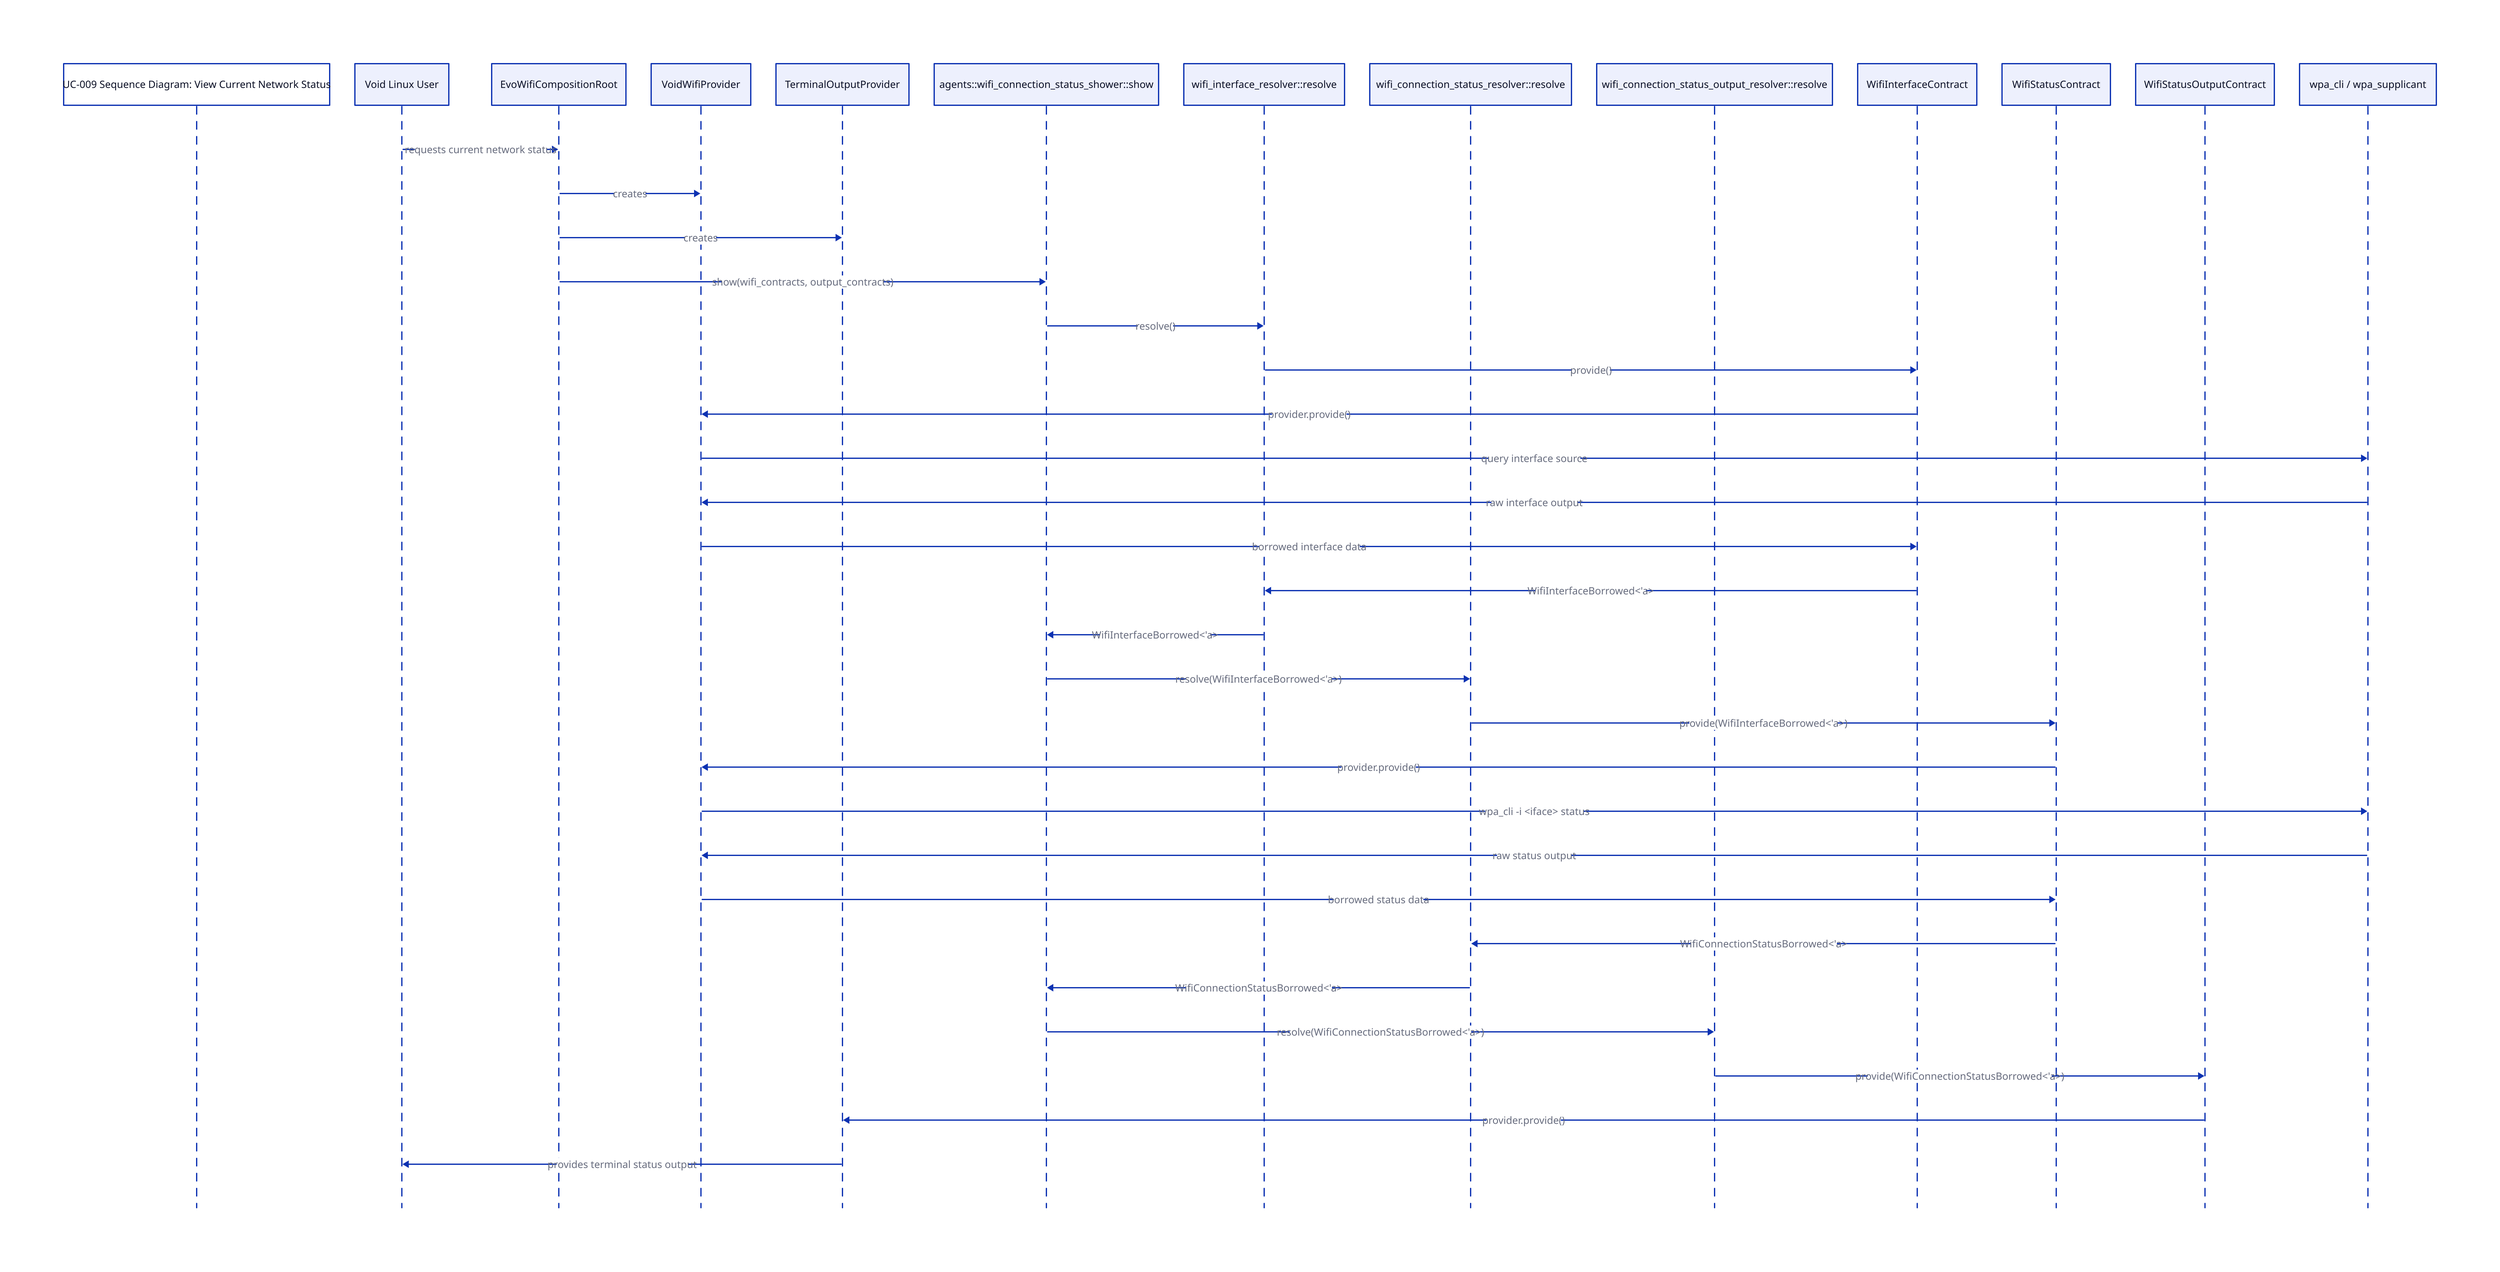
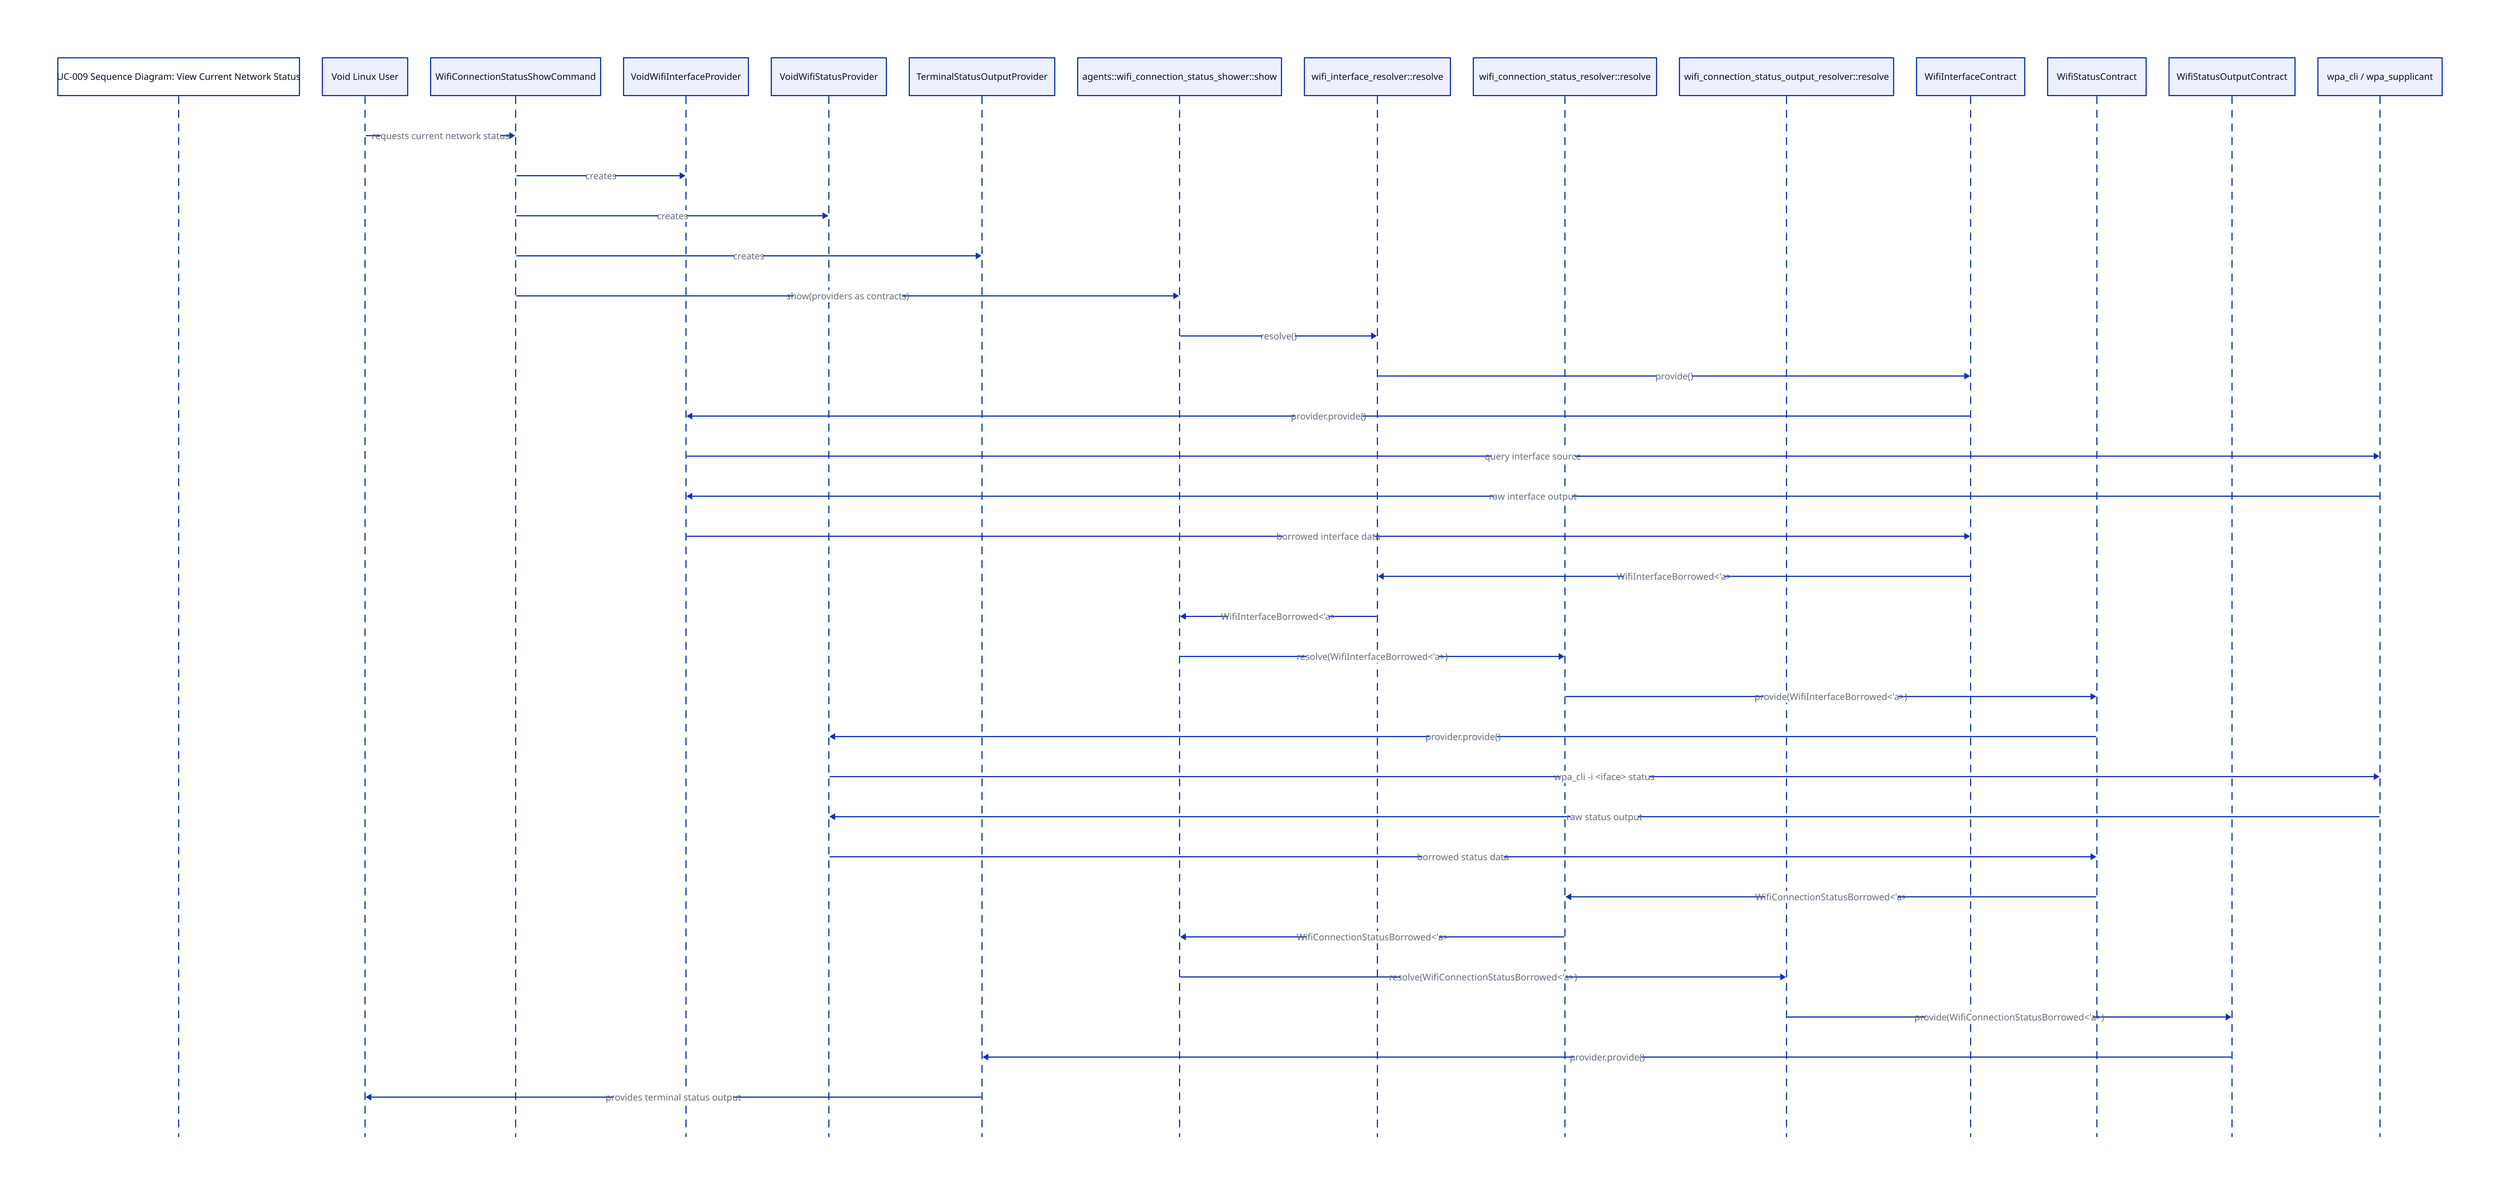
title: "UC-009 Sequence Diagram: View Current Network Status"
shape: sequence_diagram

user: "Void Linux User"
- composition_root: "EvoWifiCompositionRoot"
- wifi_provider: "VoidWifiProvider"
- output_provider: "TerminalOutputProvider"
+ command: "WifiConnectionStatusShowCommand"
+ interface_provider: "VoidWifiInterfaceProvider"
+ status_provider: "VoidWifiStatusProvider"
+ output_provider: "TerminalStatusOutputProvider"
agent_subject: "agents::wifi_connection_status_shower::show"
interface_resolver: "wifi_interface_resolver::resolve"
status_resolver: "wifi_connection_status_resolver::resolve"
output_resolver: "wifi_connection_status_output_resolver::resolve"
interface_contract: "WifiInterfaceContract"
status_contract: "WifiStatusContract"
output_contract: "WifiStatusOutputContract"
external_wifi: "wpa_cli / wpa_supplicant"

- user -> composition_root: "requests current network status"
+ user -> command: "requests current network status"

- composition_root -> wifi_provider: "creates"
- composition_root -> output_provider: "creates"
- composition_root -> agent_subject: "show(wifi_contracts, output_contracts)"
+ command -> interface_provider: "creates"
+ command -> status_provider: "creates"
+ command -> output_provider: "creates"
+ command -> agent_subject: "show(providers as contracts)"

agent_subject -> interface_resolver: "resolve()"
interface_resolver -> interface_contract: "provide()"
- interface_contract -> wifi_provider: "provider.provide()"
- wifi_provider -> external_wifi: "query interface source"
- external_wifi -> wifi_provider: "raw interface output"
- wifi_provider -> interface_contract: "borrowed interface data"
+ interface_contract -> interface_provider: "provider.provide()"
+ interface_provider -> external_wifi: "query interface source"
+ external_wifi -> interface_provider: "raw interface output"
+ interface_provider -> interface_contract: "borrowed interface data"
interface_contract -> interface_resolver: "WifiInterfaceBorrowed<'a>"
interface_resolver -> agent_subject: "WifiInterfaceBorrowed<'a>"

agent_subject -> status_resolver: "resolve(WifiInterfaceBorrowed<'a>)"
status_resolver -> status_contract: "provide(WifiInterfaceBorrowed<'a>)"
- status_contract -> wifi_provider: "provider.provide()"
- wifi_provider -> external_wifi: "wpa_cli -i <iface> status"
- external_wifi -> wifi_provider: "raw status output"
- wifi_provider -> status_contract: "borrowed status data"
+ status_contract -> status_provider: "provider.provide()"
+ status_provider -> external_wifi: "wpa_cli -i <iface> status"
+ external_wifi -> status_provider: "raw status output"
+ status_provider -> status_contract: "borrowed status data"
status_contract -> status_resolver: "WifiConnectionStatusBorrowed<'a>"
status_resolver -> agent_subject: "WifiConnectionStatusBorrowed<'a>"

agent_subject -> output_resolver: "resolve(WifiConnectionStatusBorrowed<'a>)"
output_resolver -> output_contract: "provide(WifiConnectionStatusBorrowed<'a>)"
output_contract -> output_provider: "provider.provide()"
output_provider -> user: "provides terminal status output"
